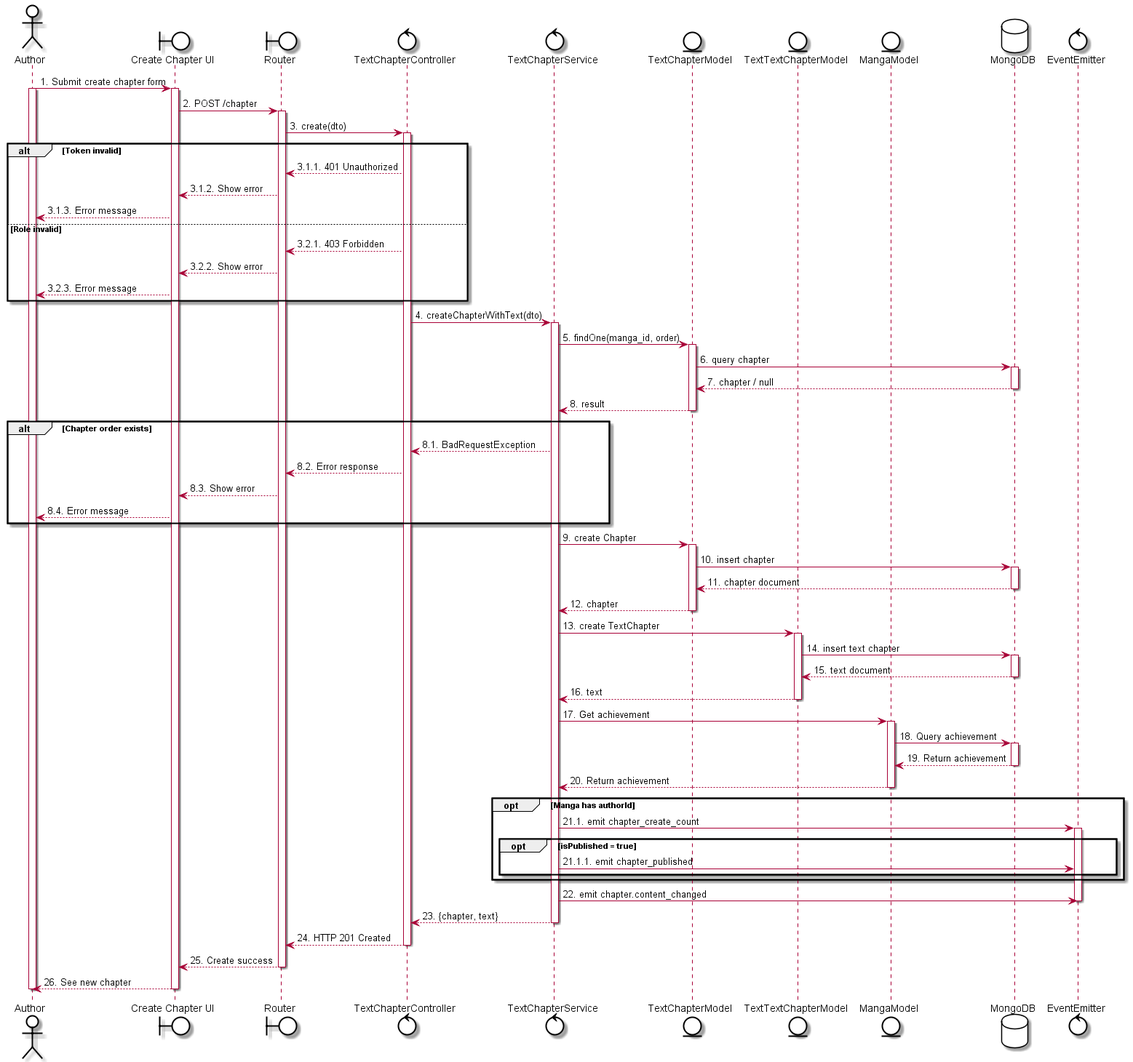
LGK1412/sequence_sep490_01 keeps this PlantUML diagram as out/uc57 - Create Text Chapter/uc57 - Create Text Chapter.png. Above is the earlier version. Source of this version:
```plantuml
@startuml
skinparam {
    ActorBackgroundColor #FFFFFF
    BoundaryBackgroundColor #FFFFFF
    ControlBackgroundColor #FFFFFF
    EntityBackgroundColor #FFFFFF
    DatabaseBackgroundColor #FFFFFF

    ActorBorderColor black
    BoundaryBorderColor black
    ControlBorderColor black
    EntityBorderColor black
    DatabaseBorderColor black
}

actor Author
boundary "Create Chapter UI" as UI
boundary Router
control TextChapterController
control TextChapterService
entity TextChapterModel
entity TextTextChapterModel
entity MangaModel
database MongoDB
control EventEmitter

Author -> UI: 1. Submit create chapter form
activate Author
activate UI

UI -> Router: 2. POST /chapter
activate Router

Router -> TextChapterController: 3. create(dto)
activate TextChapterController

alt Token invalid
    TextChapterController --> Router: 3.1.1. 401 Unauthorized
    Router --> UI: 3.1.2. Show error
    UI --> Author: 3.1.3. Error message
else Role invalid
    TextChapterController --> Router: 3.2.1. 403 Forbidden
    Router --> UI: 3.2.2. Show error
    UI --> Author: 3.2.3. Error message
end

TextChapterController -> TextChapterService: 4. createChapterWithText(dto)
activate TextChapterService

TextChapterService -> TextChapterModel: 5. findOne(manga_id, order)
activate TextChapterModel
TextChapterModel -> MongoDB: 6. query chapter
activate MongoDB
MongoDB --> TextChapterModel: 7. chapter / null
deactivate MongoDB
TextChapterModel --> TextChapterService: 8. result
deactivate TextChapterModel

alt Chapter order exists
    TextChapterService --> TextChapterController: 8.1. BadRequestException
    TextChapterController --> Router: 8.2. Error response
    Router --> UI: 8.3. Show error
    UI --> Author: 8.4. Error message
end

TextChapterService -> TextChapterModel: 9. create Chapter
activate TextChapterModel
TextChapterModel -> MongoDB: 10. insert chapter
activate MongoDB
MongoDB --> TextChapterModel: 11. chapter document
deactivate MongoDB
TextChapterModel --> TextChapterService: 12. chapter
deactivate TextChapterModel

TextChapterService -> TextTextChapterModel: 13. create TextChapter
activate TextTextChapterModel
TextTextChapterModel -> MongoDB: 14. insert text chapter
activate MongoDB
MongoDB --> TextTextChapterModel: 15. text document
deactivate MongoDB
TextTextChapterModel --> TextChapterService: 16. text
deactivate TextTextChapterModel

TextChapterService -> MangaModel: 17. Get achievement
activate MangaModel
MangaModel -> MongoDB: 18. Query achievement
activate MongoDB
MongoDB --> MangaModel: 19. Return achievement
deactivate MongoDB
MangaModel --> TextChapterService: 20. Return achievement
deactivate MangaModel

opt Manga has authorId
    TextChapterService -> EventEmitter: 21.1. emit chapter_create_count
    activate EventEmitter

        opt isPublished = true
            TextChapterService -> EventEmitter: 21.1.1. emit chapter_published
        end
end

TextChapterService -> EventEmitter: 22. emit chapter.content_changed
deactivate EventEmitter

TextChapterService --> TextChapterController: 23. {chapter, text}
deactivate TextChapterService

TextChapterController --> Router: 24. HTTP 201 Created
deactivate TextChapterController
Router --> UI: 25. Create success
deactivate Router
UI --> Author: 26. See new chapter
deactivate UI
deactivate Author
@enduml
```
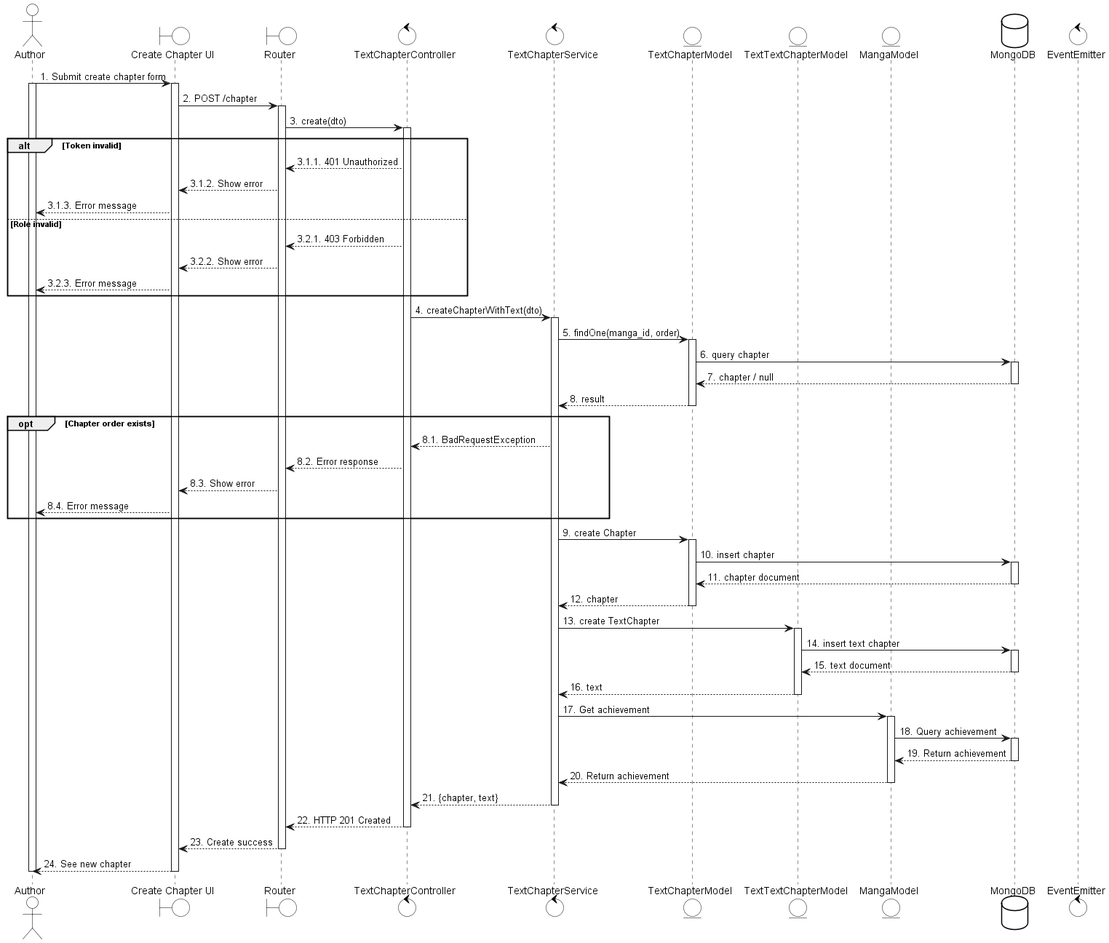
After the commit.

Diff of the diagram source:
```diff
@@ -56,7 +56,7 @@
 TextChapterModel --> TextChapterService: 8. result
 deactivate TextChapterModel
 
-alt Chapter order exists
+opt Chapter order exists
     TextChapterService --> TextChapterController: 8.1. BadRequestException
     TextChapterController --> Router: 8.2. Error response
     Router --> UI: 8.3. Show error
@@ -90,26 +90,14 @@
 MangaModel --> TextChapterService: 20. Return achievement
 deactivate MangaModel
 
-opt Manga has authorId
-    TextChapterService -> EventEmitter: 21.1. emit chapter_create_count
-    activate EventEmitter
-
-        opt isPublished = true
-            TextChapterService -> EventEmitter: 21.1.1. emit chapter_published
-        end
-end
-
-TextChapterService -> EventEmitter: 22. emit chapter.content_changed
-deactivate EventEmitter
-
-TextChapterService --> TextChapterController: 23. {chapter, text}
+TextChapterService --> TextChapterController: 21. {chapter, text}
 deactivate TextChapterService
 
-TextChapterController --> Router: 24. HTTP 201 Created
+TextChapterController --> Router: 22. HTTP 201 Created
 deactivate TextChapterController
-Router --> UI: 25. Create success
+Router --> UI: 23. Create success
 deactivate Router
-UI --> Author: 26. See new chapter
+UI --> Author: 24. See new chapter
 deactivate UI
 deactivate Author
 @enduml
```
